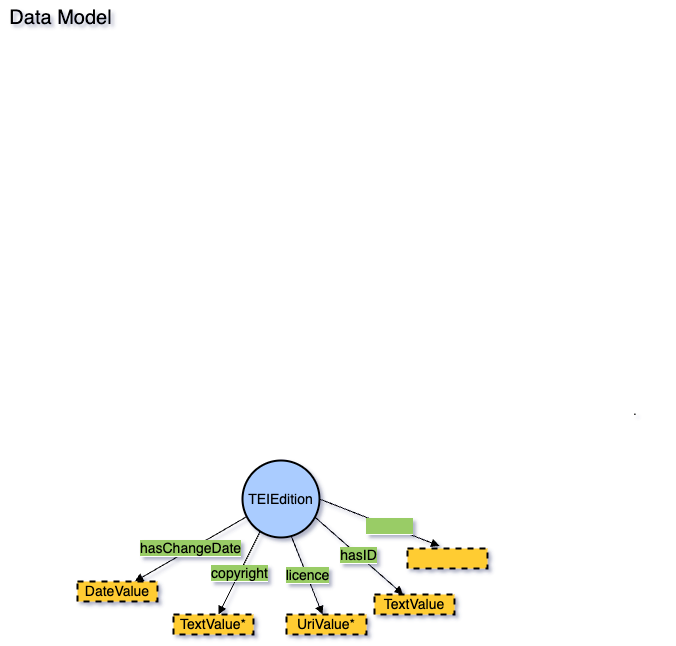
editio/presentations keeps this draw.io diagram as imagenes/dasch_datamodel_2.png. Above is the earlier version. Source tidied: cells renumbered, new cells last; positions are measured from the earlier drawing's top-left corner, leaving out a move shared by most shapes.
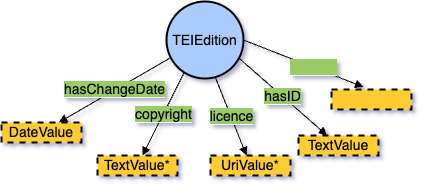
After the change.

Commit message:
Editions at DaSCH - Slides

Change to the diagram source:
```diff
@@ -37,11 +37,5 @@
     <mxCell id="12" style="whiteSpace=wrap;html=1;rounded=0;shadow=0;glass=0;comic=0;strokeColor=#000000;strokeWidth=2;fillColor=#fc3;gradientColor=none;fontSize=14;fontColor=#000000;align=center;dashed=1;" parent="1" vertex="1">
       <mxGeometry x="407" y="548" width="80" height="20" as="geometry" />
     </mxCell>
-    <mxCell id="13" value="&lt;font style=&quot;font-size: 20px;&quot;&gt;Data Model&lt;/font&gt;" style="text;html=1;align=center;verticalAlign=middle;whiteSpace=wrap;rounded=0;" parent="1" vertex="1">
-      <mxGeometry width="121" height="33" as="geometry" />
-    </mxCell>
-    <mxCell id="14" value="." style="text;html=1;align=center;verticalAlign=middle;whiteSpace=wrap;rounded=0;" parent="1" vertex="1">
-      <mxGeometry x="605" y="396" width="60" height="30" as="geometry" />
-    </mxCell>
   </root>
 </mxGraphModel>
```
